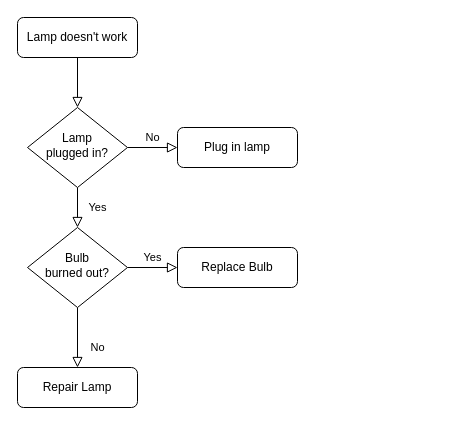
This is src/Untitled Diagram.drawio from dinapires/sass-workshop, a draw.io file, before an edit. Source tidied: cells renumbered, new cells numbered last; positions are measured from the earlier drawing's top-left corner, leaving out a move shared by most shapes. Both pictures are drawn from the tidied source at 100%, with x=0, y=0 at pixel (17, 17).
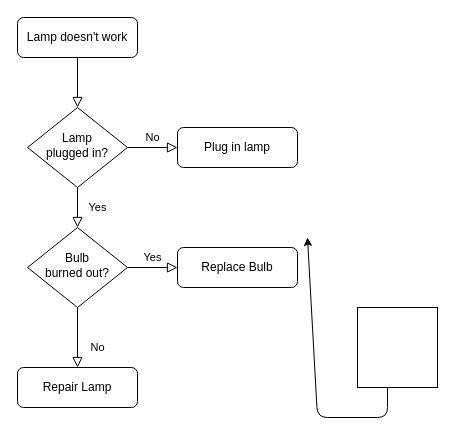
After the change.

Change to the diagram source:
```diff
@@
 <mxGraphModel>
   <root>
     <mxCell id="0" />
     <mxCell id="1" parent="0" />
     <mxCell id="2" style="rounded=0;html=1;jettySize=auto;fontSize=11;endArrow=block;endFill=0;endSize=8;strokeWidth=1;shadow=0;labelBackgroundColor=none;edgeStyle=orthogonalEdgeStyle;" parent="1" edge="1" source="3" target="6">
       <mxGeometry relative="1" as="geometry" />
     </mxCell>
     <mxCell id="3" value="Lamp doesn't work" style="rounded=1;whiteSpace=wrap;html=1;fontSize=12;glass=0;strokeWidth=1;shadow=0;" parent="1" vertex="1">
       <mxGeometry width="120" height="40" as="geometry" />
     </mxCell>
     <mxCell id="4" value="Yes" style="rounded=0;html=1;jettySize=auto;fontSize=11;endArrow=block;endFill=0;endSize=8;strokeWidth=1;shadow=0;labelBackgroundColor=none;edgeStyle=orthogonalEdgeStyle;" parent="1" edge="1" source="6" target="10">
       <mxGeometry y="20" relative="1" as="geometry" />
     </mxCell>
     <mxCell id="5" value="No" style="edgeStyle=orthogonalEdgeStyle;rounded=0;html=1;jettySize=auto;fontSize=11;endArrow=block;endFill=0;endSize=8;strokeWidth=1;shadow=0;labelBackgroundColor=none;" parent="1" edge="1" source="6" target="7">
       <mxGeometry y="10" relative="1" as="geometry" />
     </mxCell>
     <mxCell id="6" value="Lamp&lt;br&gt;plugged in?" style="rhombus;whiteSpace=wrap;html=1;shadow=0;fontFamily=Helvetica;fontSize=12;align=center;strokeWidth=1;spacing=6;spacingTop=-4;" parent="1" vertex="1">
       <mxGeometry x="10" y="90" width="100" height="80" as="geometry" />
     </mxCell>
     <mxCell id="7" value="Plug in lamp" style="rounded=1;whiteSpace=wrap;html=1;fontSize=12;glass=0;strokeWidth=1;shadow=0;" parent="1" vertex="1">
       <mxGeometry x="160" y="110" width="120" height="40" as="geometry" />
     </mxCell>
     <mxCell id="8" value="No" style="rounded=0;html=1;jettySize=auto;fontSize=11;endArrow=block;endFill=0;endSize=8;strokeWidth=1;shadow=0;labelBackgroundColor=none;edgeStyle=orthogonalEdgeStyle;" parent="1" edge="1" source="10" target="11">
       <mxGeometry x="0.33" y="20" relative="1" as="geometry" />
     </mxCell>
     <mxCell id="9" value="Yes" style="edgeStyle=orthogonalEdgeStyle;rounded=0;html=1;jettySize=auto;fontSize=11;endArrow=block;endFill=0;endSize=8;strokeWidth=1;shadow=0;labelBackgroundColor=none;" parent="1" edge="1" source="10" target="12">
       <mxGeometry y="10" relative="1" as="geometry" />
     </mxCell>
     <mxCell id="10" value="Bulb&lt;br&gt;burned out?" style="rhombus;whiteSpace=wrap;html=1;shadow=0;fontFamily=Helvetica;fontSize=12;align=center;strokeWidth=1;spacing=6;spacingTop=-4;" parent="1" vertex="1">
       <mxGeometry x="10" y="210" width="100" height="80" as="geometry" />
     </mxCell>
     <mxCell id="11" value="Repair Lamp" style="rounded=1;whiteSpace=wrap;html=1;fontSize=12;glass=0;strokeWidth=1;shadow=0;" parent="1" vertex="1">
       <mxGeometry y="350" width="120" height="40" as="geometry" />
     </mxCell>
     <mxCell id="12" value="Replace Bulb" style="rounded=1;whiteSpace=wrap;html=1;fontSize=12;glass=0;strokeWidth=1;shadow=0;" parent="1" vertex="1">
       <mxGeometry x="160" y="230" width="120" height="40" as="geometry" />
     </mxCell>
+    <mxCell id="13" style="whiteSpace=wrap;html=1;" parent="1" vertex="1">
+      <mxGeometry x="340" y="290" width="80" height="80" as="geometry" />
+    </mxCell>
+    <mxCell id="14" style="endArrow=classic;html=1;" parent="1" edge="1">
+      <mxGeometry relative="1" as="geometry">
+        <mxPoint x="370" y="370" as="sourcePoint" />
+        <mxPoint x="290" y="220" as="targetPoint" />
+        <Array as="points">
+          <mxPoint x="370" y="400" />
+          <mxPoint x="300" y="400" />
+        </Array>
+      </mxGeometry>
+    </mxCell>
   </root>
 </mxGraphModel>
```
